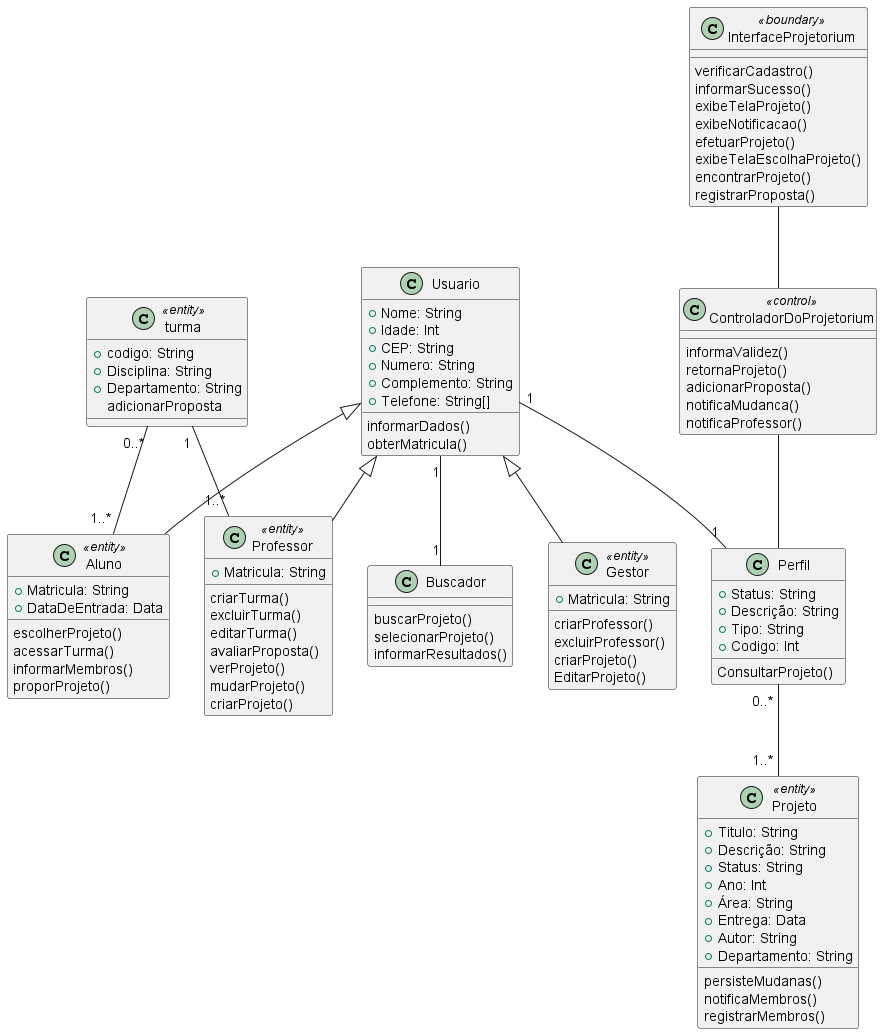
Before: diagramas/classe_projeto.png, a diagram exported from PlantUML (Pedro-V/projetorium).
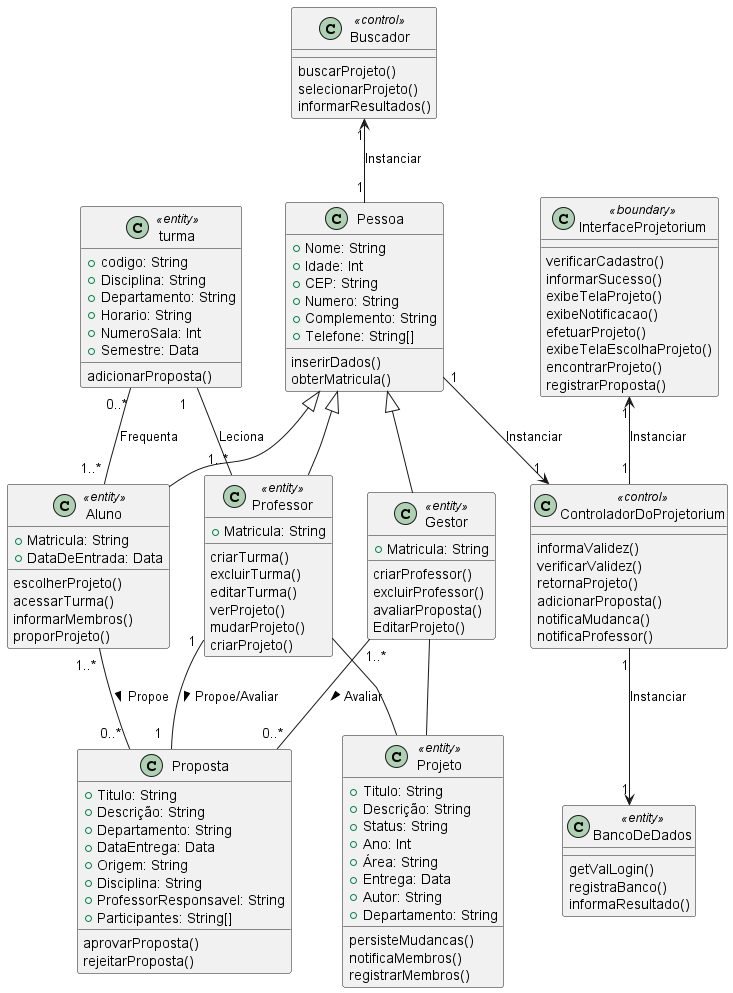
After the change.

Diff of the diagram source:
```diff
@@ -1,13 +1,13 @@
 @startuml ClasseDeProjeto
 
-    class Usuario{
+    class Pessoa{
         +Nome: String
         +Idade: Int
         +CEP: String
         +Numero: String
         +Complemento: String
         +Telefone: String[]
-        informarDados()
+        inserirDados()
         obterMatricula()
     }
 
@@ -16,7 +16,6 @@
         criarTurma()
         excluirTurma()
         editarTurma()
-        avaliarProposta()
         verProjeto()
         mudarProjeto()
         criarProjeto()
@@ -35,7 +34,7 @@
         +Matricula: String
         criarProfessor()
         excluirProfessor()
-        criarProjeto()
+        avaliarProposta()
         EditarProjeto()
     }
 
@@ -48,27 +47,36 @@
         +Entrega: Data
         +Autor: String
         +Departamento: String
-        persisteMudanas()
+        persisteMudancas()
         notificaMembros()
         registrarMembros()
-    }
-
-    class Perfil{
-        +Status: String
-        +Descrição: String
-        +Tipo: String
-        +Codigo: Int
-        ConsultarProjeto()
     }
 
     class turma <<entity>>{
         +codigo: String
         +Disciplina: String
         +Departamento: String
-        adicionarProposta
+        +Horario: String
+        +NumeroSala: Int
+        +Semestre: Data
+        adicionarProposta()
     }
 
-    class Buscador {
+    class Proposta{
+        +Titulo: String
+        +Descrição: String
+        +Departamento: String
+        +DataEntrega: Data
+        +Origem: String
+        +Disciplina: String
+        +ProfessorResponsavel: String
+        +Participantes: String[]
+        aprovarProposta()
+        rejeitarProposta()
+
+    }
+
+    class Buscador <<control>> {
     buscarProjeto()
     selecionarProjeto()
     informarResultados()
@@ -86,6 +94,7 @@
     }
     class ControladorDoProjetorium <<control>>{
         informaValidez()
+        verificarValidez()
         retornaProjeto()
         adicionarProposta()
         notificaMudanca()
@@ -93,15 +102,28 @@
 
     }
 
-    Usuario <|-- Professor
-    Usuario <|-- Aluno
-    Usuario <|-- Gestor
-    Usuario "1" -- "1" Buscador
-    Usuario "1" -- "1" Perfil
-    Perfil "0..* " -- "1..* " Projeto
-    ControladorDoProjetorium -- Perfil
-    InterfaceProjetorium -- ControladorDoProjetorium
-    turma "0..*" -- "1..* " Aluno
-    turma "1 "-- "1..*" Professor
+    class BancoDeDados <<entity>> {
+        getValLogin()
+        registraBanco()
+        informaResultado()
+    }
+
+    Pessoa <|-- Professor
+    Pessoa <|-- Aluno
+    Pessoa <|-- Gestor
+    Buscador "1" <-- "1" Pessoa: Instanciar
+    Pessoa "1" --> "1" ControladorDoProjetorium: Instanciar
+    InterfaceProjetorium "1" <-- "1" ControladorDoProjetorium: Instanciar
+    ControladorDoProjetorium "1" --> "1" BancoDeDados: Instanciar
+
+    Aluno "1..* " -- "0..* " Proposta: Propoe >
+    Gestor "1..*      "  -- "      0..*" Proposta : Avaliar >
+    Professor "1" --  "1  " Proposta: Propoe/Avaliar >
+
+    Gestor  --  Projeto
+    Professor  --  Projeto
+
+    turma "0..*" -- "1..* " Aluno : Frequenta
+    turma "1   "-- "1..*" Professor: Leciona
 
 @enduml
```
